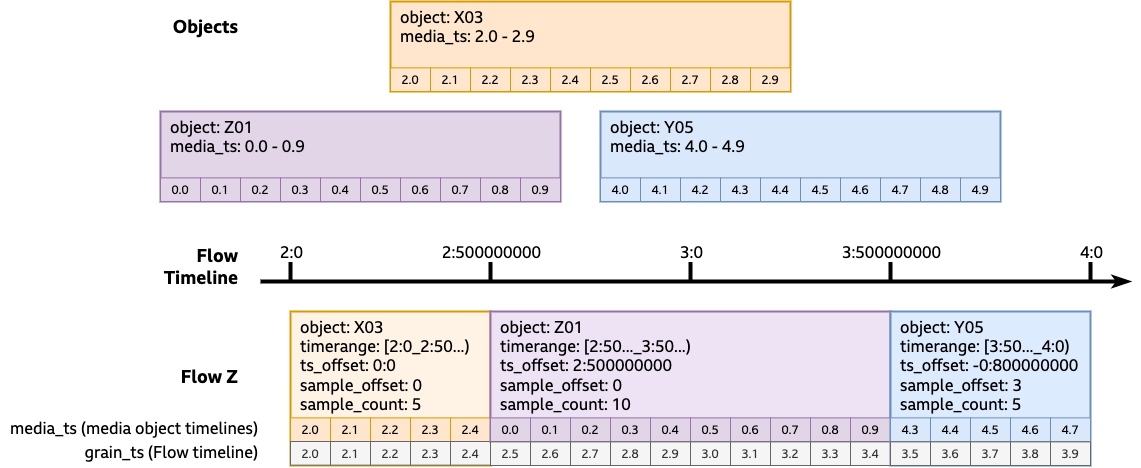
This is docs/images/Flow and Media Timelines-Flow XYZ-subsegments.drawio.png from bbc/tams, a draw.io export, as it was before one commit. Source tidied: cells renumbered, new cells last; positions are measured from the earlier drawing's top-left corner, leaving out a move shared by most shapes.
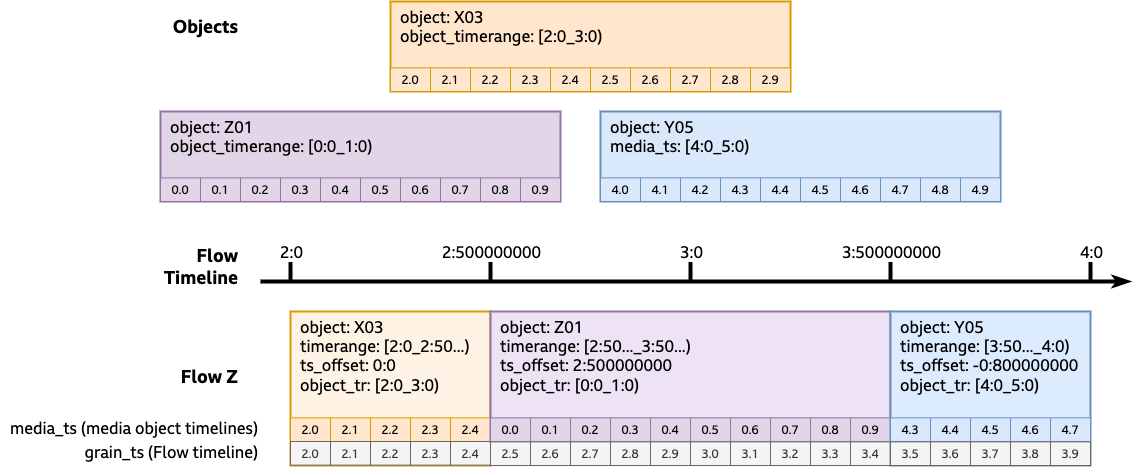
Later version of the same file.

What changed in the source:
```diff
@@ -58,7 +58,7 @@
     <mxCell id="12" style="group;fillColor=#e1d5e7;strokeColor=#9673a6;fontFamily=BBC Reith Sans;" parent="1" vertex="1">
       <mxGeometry x="160" y="110" width="400" height="90" as="geometry" />
     </mxCell>
-    <mxCell id="13" value="object: Z01&lt;br&gt;media_ts: 0.0 - 0.9" style="rounded=0;whiteSpace=wrap;html=1;strokeWidth=2;fontFamily=BBC Reith Sans;fontSize=16;verticalAlign=top;align=left;spacingLeft=8;fillColor=#e1d5e7;strokeColor=#9673a6;" parent="12" vertex="1">
+    <mxCell id="13" value="object: Z01&lt;br&gt;object_timerange: [0:0_1:0)" style="rounded=0;whiteSpace=wrap;html=1;strokeWidth=2;fontFamily=BBC Reith Sans;fontSize=16;verticalAlign=top;align=left;spacingLeft=8;fillColor=#e1d5e7;strokeColor=#9673a6;" parent="12" vertex="1">
       <mxGeometry width="400" height="90" as="geometry" />
     </mxCell>
     <mxCell id="14" value="0.0" style="rounded=0;whiteSpace=wrap;html=1;fillColor=#e1d5e7;strokeColor=#9673a6;fillStyle=solid;fontFamily=BBC Reith Sans;" parent="12" vertex="1">
@@ -94,7 +94,7 @@
     <mxCell id="24" style="group;fontFamily=BBC Reith Sans;" parent="1" vertex="1">
       <mxGeometry x="600" y="110" width="400" height="90" as="geometry" />
     </mxCell>
-    <mxCell id="25" value="object: Y05&lt;br&gt;media_ts: 4.0 - 4.9" style="rounded=0;whiteSpace=wrap;html=1;strokeWidth=2;fontFamily=BBC Reith Sans;fontSize=16;verticalAlign=top;align=left;spacingLeft=8;fillColor=#dae8fc;strokeColor=#6c8ebf;" parent="24" vertex="1">
+    <mxCell id="25" value="object: Y05&lt;br&gt;media_ts: [4:0_5:0)" style="rounded=0;whiteSpace=wrap;html=1;strokeWidth=2;fontFamily=BBC Reith Sans;fontSize=16;verticalAlign=top;align=left;spacingLeft=8;fillColor=#dae8fc;strokeColor=#6c8ebf;" parent="24" vertex="1">
       <mxGeometry width="400" height="90" as="geometry" />
     </mxCell>
     <mxCell id="26" value="4.0" style="rounded=0;whiteSpace=wrap;html=1;fillColor=#dae8fc;strokeColor=#6c8ebf;fillStyle=solid;fontFamily=BBC Reith Sans;" parent="24" vertex="1">
@@ -133,7 +133,7 @@
     <mxCell id="37" style="group;fillColor=none;strokeColor=#d79b00;fontFamily=BBC Reith Sans;" parent="1" vertex="1">
       <mxGeometry x="290" y="310" width="200" height="154" as="geometry" />
     </mxCell>
-    <mxCell id="38" value="object: X03&lt;br style=&quot;border-color: var(--border-color);&quot;&gt;timerange: [2:0_2:50...)&lt;br style=&quot;border-color: var(--border-color);&quot;&gt;ts_offset: 0:0&lt;br style=&quot;border-color: var(--border-color);&quot;&gt;sample_offset: 0&lt;br style=&quot;border-color: var(--border-color);&quot;&gt;sample_count: 5" style="rounded=0;whiteSpace=wrap;html=1;strokeWidth=2;fontFamily=BBC Reith Sans;fontSize=16;verticalAlign=top;align=left;spacingLeft=8;fillColor=#FFF3E5;strokeColor=#d79b00;" parent="37" vertex="1">
+    <mxCell id="38" value="object: X03&lt;br style=&quot;border-color: var(--border-color);&quot;&gt;timerange: [2:0_2:50...)&lt;br style=&quot;border-color: var(--border-color);&quot;&gt;ts_offset: 0:0&lt;br style=&quot;border-color: var(--border-color);&quot;&gt;object_tr: [2:0_3:0)" style="rounded=0;whiteSpace=wrap;html=1;strokeWidth=2;fontFamily=BBC Reith Sans;fontSize=16;verticalAlign=top;align=left;spacingLeft=8;fillColor=#FFF3E5;strokeColor=#d79b00;" parent="37" vertex="1">
       <mxGeometry width="200" height="154" as="geometry" />
     </mxCell>
     <mxCell id="39" value="2.0" style="rounded=0;whiteSpace=wrap;html=1;fillColor=#ffe6cc;strokeColor=#d79b00;fillStyle=solid;fontFamily=BBC Reith Sans;" parent="37" vertex="1">
@@ -186,7 +186,7 @@
     <mxCell id="53" style="group;fillColor=#EEE2F5;fontFamily=BBC Reith Sans;" parent="52" vertex="1">
       <mxGeometry width="400" height="130" as="geometry" />
     </mxCell>
-    <mxCell id="54" value="object: Z01&lt;br style=&quot;border-color: var(--border-color);&quot;&gt;timerange: [2:50..._3:50...)&lt;br style=&quot;border-color: var(--border-color);&quot;&gt;ts_offset:&amp;nbsp;2:500000000&lt;br style=&quot;border-color: var(--border-color);&quot;&gt;sample_offset: 0&lt;br style=&quot;border-color: var(--border-color);&quot;&gt;sample_count: 10" style="rounded=0;whiteSpace=wrap;html=1;strokeWidth=2;fontFamily=BBC Reith Sans;fontSize=16;verticalAlign=top;align=left;spacingLeft=8;fillColor=#EEE2F5;strokeColor=#9673a6;" parent="53" vertex="1">
+    <mxCell id="54" value="object: Z01&lt;br style=&quot;border-color: var(--border-color);&quot;&gt;timerange: [2:50..._3:50...)&lt;br style=&quot;border-color: var(--border-color);&quot;&gt;ts_offset:&amp;nbsp;2:500000000&lt;br style=&quot;border-color: var(--border-color);&quot;&gt;object_tr: [0:0_1:0)" style="rounded=0;whiteSpace=wrap;html=1;strokeWidth=2;fontFamily=BBC Reith Sans;fontSize=16;verticalAlign=top;align=left;spacingLeft=8;fillColor=#EEE2F5;strokeColor=#9673a6;" parent="53" vertex="1">
       <mxGeometry width="400" height="130" as="geometry" />
     </mxCell>
     <mxCell id="55" value="0.0" style="rounded=0;whiteSpace=wrap;html=1;fillColor=#e1d5e7;strokeColor=#9673a6;fillStyle=solid;fontFamily=BBC Reith Sans;" parent="53" vertex="1">
@@ -252,7 +252,7 @@
     <mxCell id="75" style="group;fillColor=#DDEBFF;strokeColor=#6c8ebf;fontFamily=BBC Reith Sans;" parent="1" vertex="1">
       <mxGeometry x="890" y="310" width="200" height="154" as="geometry" />
     </mxCell>
-    <mxCell id="76" value="object: Y05&lt;br style=&quot;border-color: var(--border-color);&quot;&gt;timerange: [3:50..._4:0)&lt;br style=&quot;border-color: var(--border-color);&quot;&gt;ts_offset: -0:800000000&lt;br style=&quot;border-color: var(--border-color);&quot;&gt;sample_offset: 3&lt;br style=&quot;border-color: var(--border-color);&quot;&gt;sample_count: 5" style="rounded=0;whiteSpace=wrap;html=1;strokeWidth=2;fontFamily=BBC Reith Sans;fontSize=16;verticalAlign=top;align=left;spacingLeft=8;fillColor=#DDEBFF;strokeColor=#6c8ebf;" parent="75" vertex="1">
+    <mxCell id="76" value="object: Y05&lt;br style=&quot;border-color: var(--border-color);&quot;&gt;timerange: [3:50..._4:0)&lt;br style=&quot;border-color: var(--border-color);&quot;&gt;ts_offset: -0:800000000&lt;br style=&quot;border-color: var(--border-color);&quot;&gt;object_tr: [4:0_5:0)" style="rounded=0;whiteSpace=wrap;html=1;strokeWidth=2;fontFamily=BBC Reith Sans;fontSize=16;verticalAlign=top;align=left;spacingLeft=8;fillColor=#DDEBFF;strokeColor=#6c8ebf;" parent="75" vertex="1">
       <mxGeometry width="200" height="154" as="geometry" />
     </mxCell>
     <mxCell id="77" value="4.3" style="rounded=0;whiteSpace=wrap;html=1;fillColor=#dae8fc;strokeColor=#6c8ebf;fillStyle=solid;fontFamily=BBC Reith Sans;" parent="75" vertex="1">
@@ -291,7 +291,7 @@
     <mxCell id="88" style="group;fillColor=#ffe6cc;strokeColor=#d79b00;fontFamily=BBC Reith Sans;" parent="87" vertex="1">
       <mxGeometry width="400" height="90" as="geometry" />
     </mxCell>
-    <mxCell id="89" value="object: X03&lt;br&gt;media_ts: 2.0 - 2.9&amp;nbsp;" style="rounded=0;whiteSpace=wrap;html=1;strokeWidth=2;fontFamily=BBC Reith Sans;fontSize=16;verticalAlign=top;align=left;spacingLeft=8;fillColor=#ffe6cc;strokeColor=#d79b00;" parent="87" vertex="1">
+    <mxCell id="89" value="object: X03&lt;br&gt;object_timerange: [2:0_3:0)&amp;nbsp;" style="rounded=0;whiteSpace=wrap;html=1;strokeWidth=2;fontFamily=BBC Reith Sans;fontSize=16;verticalAlign=top;align=left;spacingLeft=8;fillColor=#ffe6cc;strokeColor=#d79b00;" parent="87" vertex="1">
       <mxGeometry width="400" height="90" as="geometry" />
     </mxCell>
     <mxCell id="90" value="2.0" style="rounded=0;whiteSpace=wrap;html=1;fillColor=#ffe6cc;strokeColor=#d79b00;fillStyle=solid;fontFamily=BBC Reith Sans;" parent="87" vertex="1">
```
